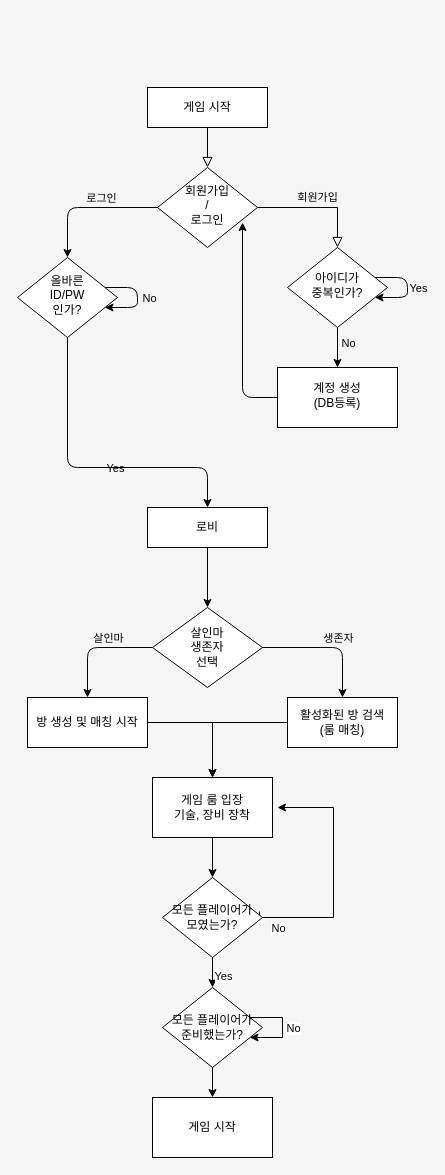
The draw.io diagram ProjectD_Flow.drawio in FavorKim/ProjectD, before the edit. Source tidied: cells renumbered, new cells numbered last; positions are measured from the earlier drawing's top-left corner, leaving out a move shared by most shapes. Both pictures are drawn from the tidied source at 100%, with x=0, y=0 at pixel (17, 87).
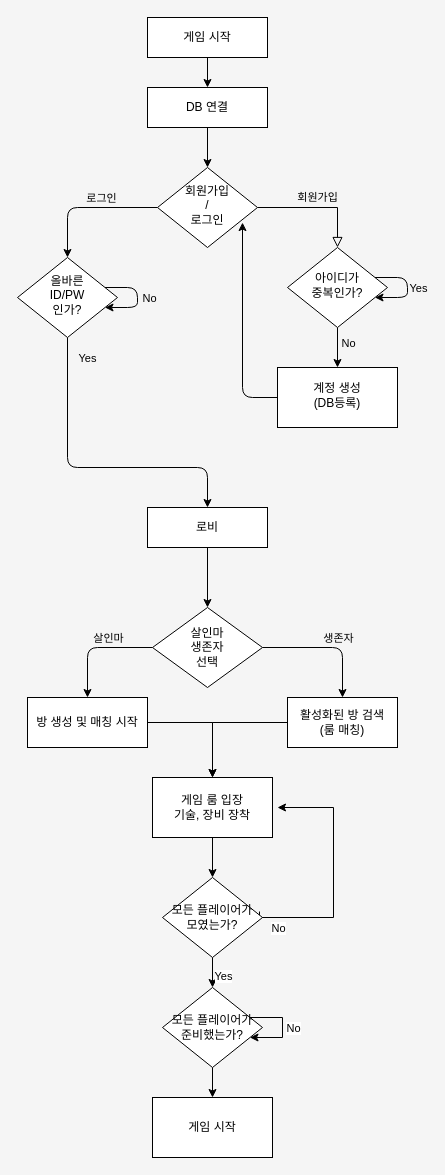
The same diagram, later.

The change refers to these unchanged cells:
```xml
<mxCell id="7" value="회원가입&lt;div&gt;/&lt;/div&gt;&lt;div&gt;로그인&lt;/div&gt;" style="rhombus;whiteSpace=wrap;html=1;shadow=0;fontFamily=Helvetica;fontSize=12;align=center;strokeWidth=1;spacing=6;spacingTop=-4;labelBackgroundColor=none;rounded=0;" parent="1" vertex="1">
  <mxGeometry x="140" y="80" width="100" height="80" as="geometry" />
</mxCell>
<mxCell id="17" style="edgeStyle=orthogonalEdgeStyle;jettySize=auto;html=1;labelBackgroundColor=none;fontColor=default;" parent="1" edge="1" source="19" target="9">
  <mxGeometry relative="1" as="geometry">
    <Array as="points">
      <mxPoint x="50" y="380" />
    </Array>
  </mxGeometry>
</mxCell>
```

Change to the diagram source:
```diff
@@
-    <mxCell id="2" style="rounded=0;html=1;jettySize=auto;fontSize=11;endArrow=block;endFill=0;endSize=8;strokeWidth=1;shadow=0;labelBackgroundColor=none;edgeStyle=orthogonalEdgeStyle;fontColor=default;entryX=0.5;entryY=0;entryDx=0;entryDy=0;" parent="1" edge="1" source="3" target="7">
-      <mxGeometry relative="1" as="geometry" />
-    </mxCell>
+    <mxCell id="43" style="edgeStyle=orthogonalEdgeStyle;rounded=0;jettySize=auto;html=1;entryX=0.5;entryY=0;entryDx=0;entryDy=0;" parent="1" edge="1" source="3" target="45">
+      <mxGeometry relative="1" as="geometry" />
+    </mxCell>
     <mxCell id="3" value="게임 시작" style="rounded=0;whiteSpace=wrap;html=1;fontSize=12;glass=0;strokeWidth=1;shadow=0;labelBackgroundColor=none;" parent="1" vertex="1">
-      <mxGeometry x="130" width="120" height="40" as="geometry" />
+      <mxGeometry x="130" y="-70" width="120" height="40" as="geometry" />
     </mxCell>
@@
     <mxCell id="18" value="Yes" style="edgeLabel;html=1;align=center;verticalAlign=middle;labelBackgroundColor=none;" parent="17" vertex="1">
       <mxGeometry x="0.35" relative="1" as="geometry">
-        <mxPoint x="-32" as="offset" />
+        <mxPoint x="-60" y="-110" as="offset" />
       </mxGeometry>
     </mxCell>
@@
+    <mxCell id="44" style="edgeStyle=orthogonalEdgeStyle;rounded=0;jettySize=auto;html=1;" parent="1" edge="1" source="45" target="7">
+      <mxGeometry relative="1" as="geometry" />
+    </mxCell>
+    <mxCell id="45" value="DB 연결" style="rounded=0;whiteSpace=wrap;html=1;" parent="1" vertex="1">
+      <mxGeometry x="130" width="120" height="40" as="geometry" />
+    </mxCell>
```
